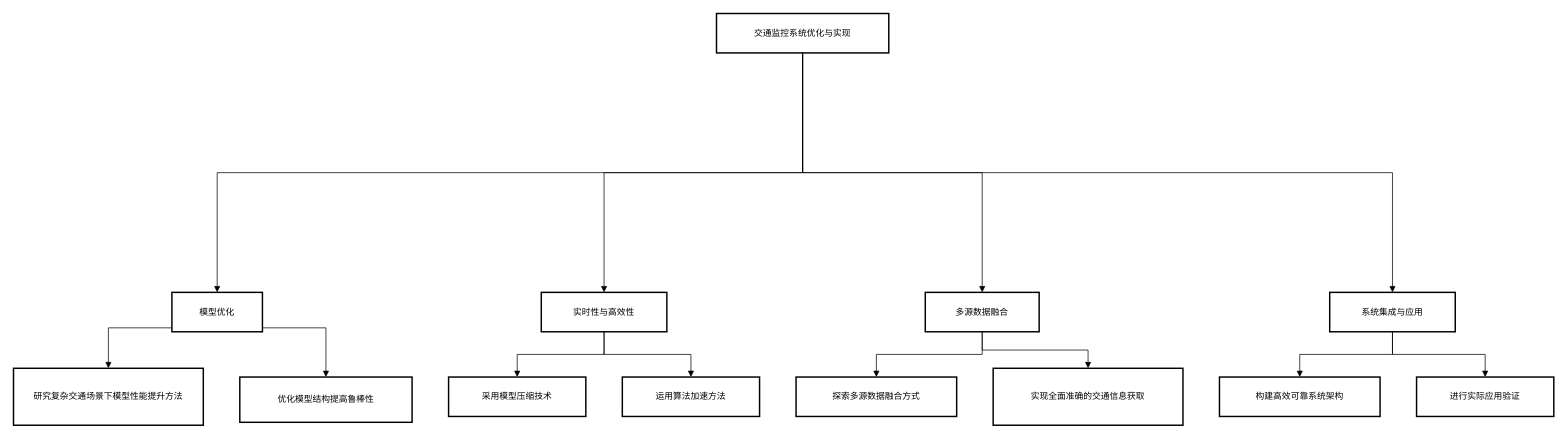
Before: 论文.drawio in EthaneIceCream/HoloCubic, a draw.io diagram. Source tidied: cells renumbered, new cells numbered last; positions are measured from the earlier drawing's top-left corner, leaving out a move shared by most shapes. Both pictures are drawn from the tidied source at 73%, with x=0, y=0 at pixel (13, 13).
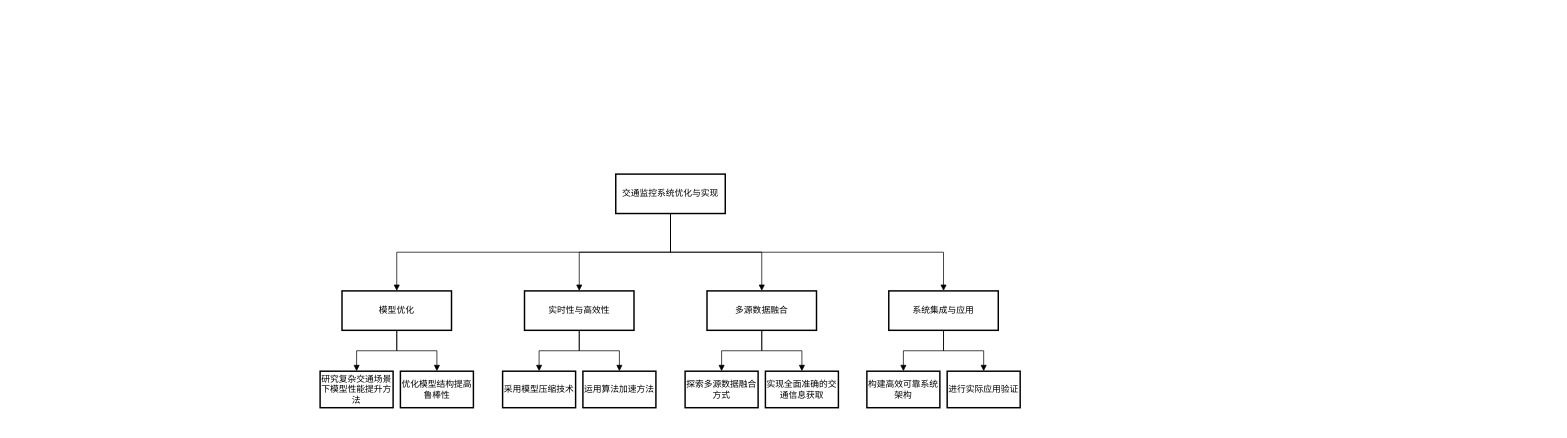
Above is the later version.

Diff of the diagram source:
```diff
@@
     <mxCell id="2" value="交通监控系统优化与实现" style="whiteSpace=wrap;strokeWidth=2;" parent="1" vertex="1">
-      <mxGeometry x="963" width="236" height="54" as="geometry" />
+      <mxGeometry x="825" y="220" width="150" height="54" as="geometry" />
     </mxCell>
     <mxCell id="3" value="模型优化" style="whiteSpace=wrap;strokeWidth=2;" parent="1" vertex="1">
-      <mxGeometry x="217" y="382" width="124" height="54" as="geometry" />
+      <mxGeometry x="450" y="380" width="150" height="54" as="geometry" />
     </mxCell>
     <mxCell id="4" value="实时性与高效性" style="whiteSpace=wrap;strokeWidth=2;" parent="1" vertex="1">
-      <mxGeometry x="723" y="382" width="172" height="54" as="geometry" />
+      <mxGeometry x="700" y="380" width="150" height="54" as="geometry" />
     </mxCell>
     <mxCell id="5" value="多源数据融合" style="whiteSpace=wrap;strokeWidth=2;" parent="1" vertex="1">
-      <mxGeometry x="1249" y="382" width="156" height="54" as="geometry" />
+      <mxGeometry x="950" y="380" width="150" height="54" as="geometry" />
     </mxCell>
     <mxCell id="6" value="系统集成与应用" style="whiteSpace=wrap;strokeWidth=2;" parent="1" vertex="1">
-      <mxGeometry x="1803" y="382" width="172" height="54" as="geometry" />
+      <mxGeometry x="1199" y="380" width="150" height="54" as="geometry" />
     </mxCell>
     <mxCell id="7" value="研究复杂交通场景下模型性能提升方法" style="whiteSpace=wrap;strokeWidth=2;" parent="1" vertex="1">
-      <mxGeometry y="486" width="260" height="78" as="geometry" />
+      <mxGeometry x="420" y="490" width="100" height="50" as="geometry" />
     </mxCell>
     <mxCell id="8" value="优化模型结构提高鲁棒性" style="whiteSpace=wrap;strokeWidth=2;" parent="1" vertex="1">
-      <mxGeometry x="310" y="498" width="236" height="62" as="geometry" />
+      <mxGeometry x="530" y="490" width="100" height="50" as="geometry" />
     </mxCell>
     <mxCell id="9" value="采用模型压缩技术" style="whiteSpace=wrap;strokeWidth=2;" parent="1" vertex="1">
-      <mxGeometry x="596" y="498" width="188" height="54" as="geometry" />
+      <mxGeometry x="670" y="490" width="100" height="50" as="geometry" />
     </mxCell>
     <mxCell id="10" value="运用算法加速方法" style="whiteSpace=wrap;strokeWidth=2;" parent="1" vertex="1">
-      <mxGeometry x="834" y="498" width="188" height="54" as="geometry" />
+      <mxGeometry x="780" y="490" width="100" height="50" as="geometry" />
     </mxCell>
     <mxCell id="11" value="探索多源数据融合方式" style="whiteSpace=wrap;strokeWidth=2;" parent="1" vertex="1">
-      <mxGeometry x="1072" y="498" width="220" height="54" as="geometry" />
+      <mxGeometry x="920" y="490" width="100" height="50" as="geometry" />
     </mxCell>
     <mxCell id="12" value="实现全面准确的交通信息获取" style="whiteSpace=wrap;strokeWidth=2;" parent="1" vertex="1">
-      <mxGeometry x="1342" y="486" width="260" height="78" as="geometry" />
+      <mxGeometry x="1030" y="490" width="100" height="50" as="geometry" />
     </mxCell>
     <mxCell id="13" value="构建高效可靠系统架构" style="whiteSpace=wrap;strokeWidth=2;" parent="1" vertex="1">
-      <mxGeometry x="1652" y="498" width="220" height="54" as="geometry" />
+      <mxGeometry x="1169" y="490" width="100" height="50" as="geometry" />
     </mxCell>
     <mxCell id="14" value="进行实际应用验证" style="whiteSpace=wrap;strokeWidth=2;" parent="1" vertex="1">
-      <mxGeometry x="1922" y="498" width="188" height="54" as="geometry" />
+      <mxGeometry x="1279" y="490" width="100" height="50" as="geometry" />
     </mxCell>
@@
-    <mxCell id="19" style="startArrow=none;endArrow=block;exitX=0;exitY=0.9;entryX=0.5;entryY=0;rounded=0;edgeStyle=orthogonalEdgeStyle;" parent="1" edge="1" source="3" target="7">
+    <mxCell id="19" style="startArrow=none;endArrow=block;exitX=0.5;exitY=1;entryX=0.5;entryY=0;rounded=0;edgeStyle=orthogonalEdgeStyle;exitDx=0;exitDy=0;" parent="1" edge="1" source="3" target="7">
       <mxGeometry relative="1" as="geometry" />
     </mxCell>
-    <mxCell id="20" style="startArrow=none;endArrow=block;exitX=1;exitY=0.9;entryX=0.5;entryY=0;rounded=0;edgeStyle=orthogonalEdgeStyle;" parent="1" edge="1" source="3" target="8">
+    <mxCell id="20" style="startArrow=none;endArrow=block;exitX=0.5;exitY=1;entryX=0.5;entryY=0;rounded=0;edgeStyle=orthogonalEdgeStyle;exitDx=0;exitDy=0;" parent="1" edge="1" source="3" target="8">
       <mxGeometry relative="1" as="geometry" />
     </mxCell>
```
